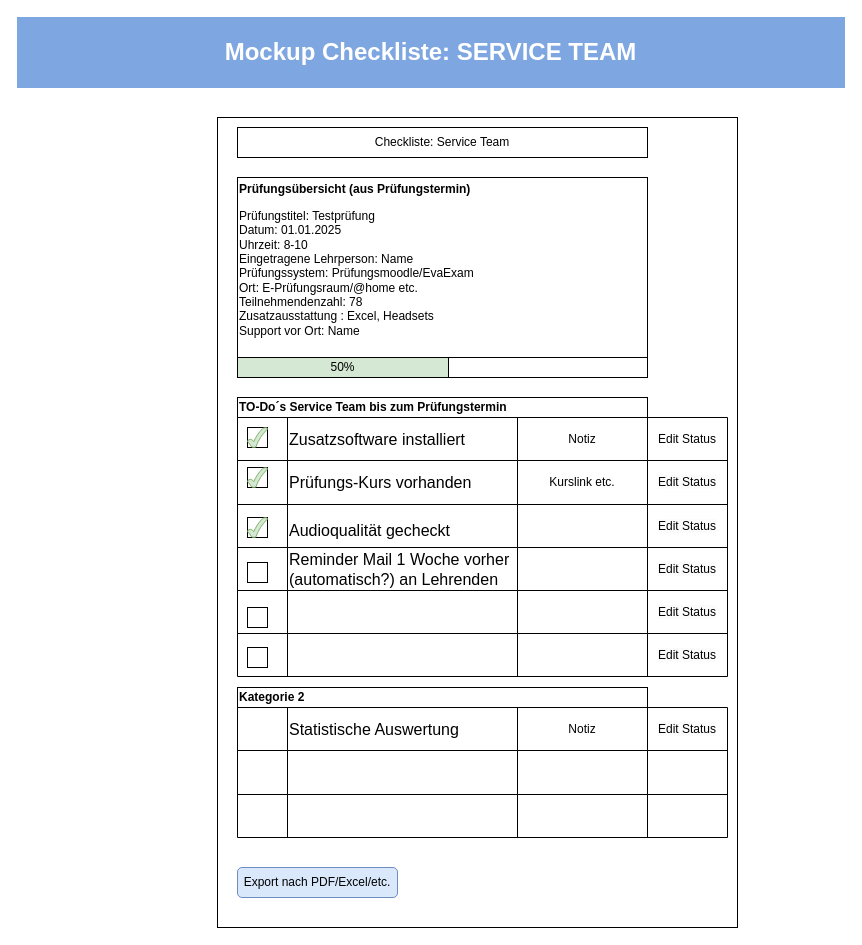
melanietreitinger/buchungstool keeps this draw.io diagram as page "Checkliste" (2 of 2) of serviceteam.drawio. Above is the earlier version. Source tidied: cells renumbered, new cells numbered last; positions are measured from the earlier drawing's top-left corner, leaving out a move shared by most shapes. Both pictures are drawn from the tidied source at 100%, with x=0, y=0 at pixel (17, 17).
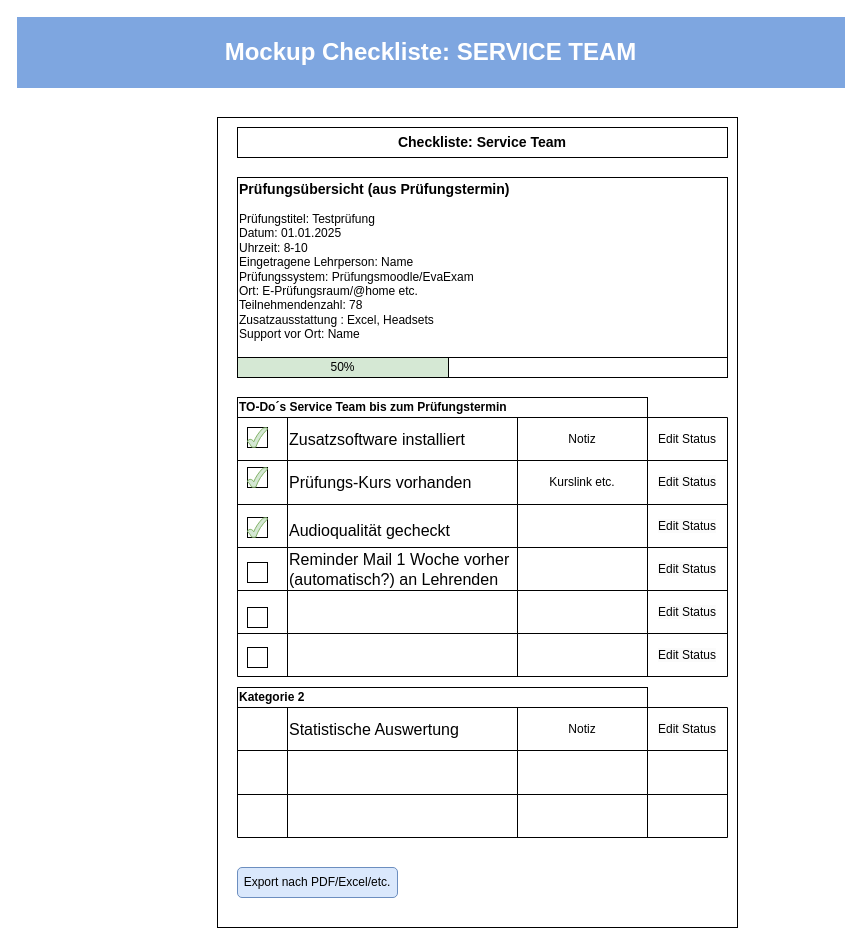
Above is the later version.

Diff of the diagram source:
```diff
@@
-    <mxCell id="4" value="Checkliste: Service Team" style="rounded=0;whiteSpace=wrap;html=1;" parent="1" vertex="1">
-      <mxGeometry x="220" y="110" width="410" height="30" as="geometry" />
+    <mxCell id="4" value="&lt;h3&gt;&lt;b&gt;Checkliste: Service Team&lt;/b&gt;&lt;/h3&gt;" style="rounded=0;whiteSpace=wrap;html=1;" parent="1" vertex="1">
+      <mxGeometry x="220" y="110" width="490" height="30" as="geometry" />
     </mxCell>
-    <mxCell id="5" value="&lt;p class=&quot;MsoNormal&quot;&gt;&lt;b style=&quot;mso-bidi-font-weight:normal&quot;&gt;&lt;font face=&quot;omEwTt3iOOV243laJ29D&quot;&gt;Prüfungsübersicht (aus Prüfungstermin)&lt;/font&gt;&lt;/b&gt;&lt;/p&gt;&lt;p class=&quot;MsoNormal&quot;&gt;&lt;font face=&quot;omEwTt3iOOV243laJ29D&quot;&gt;Prüfungstitel: Testprüfung&lt;br&gt;&lt;/font&gt;&lt;span style=&quot;font-family: omEwTt3iOOV243laJ29D; background-color: initial;&quot;&gt;Datum: 01.01.2025&lt;br&gt;&lt;/span&gt;&lt;span style=&quot;font-family: omEwTt3iOOV243laJ29D; background-color: initial;&quot;&gt;Uhrzeit: 8-10&lt;br&gt;&lt;/span&gt;&lt;span style=&quot;font-family: omEwTt3iOOV243laJ29D; background-color: initial;&quot;&gt;Eingetragene Lehrperson: Name&lt;br&gt;&lt;/span&gt;&lt;span style=&quot;font-family: omEwTt3iOOV243laJ29D; background-color: initial;&quot;&gt;Prüfungssystem: Prüfungsmoodle/EvaExam&lt;br&gt;&lt;/span&gt;&lt;span style=&quot;font-family: omEwTt3iOOV243laJ29D; background-color: initial;&quot;&gt;Ort: E-Prüfungsraum/@home etc.&lt;br&gt;&lt;/span&gt;&lt;span style=&quot;background-color: initial; font-family: omEwTt3iOOV243laJ29D;&quot;&gt;Teilnehmendenzahl: 78&lt;br&gt;&lt;/span&gt;&lt;span style=&quot;background-color: initial; font-family: omEwTt3iOOV243laJ29D;&quot;&gt;Zusatzausstattung : Excel, Headsets&lt;br&gt;&lt;/span&gt;&lt;span style=&quot;background-color: initial; font-family: omEwTt3iOOV243laJ29D;&quot;&gt;Support vor Ort: Name&lt;/span&gt;&lt;/p&gt;&lt;div&gt;&lt;br&gt;&lt;/div&gt;" style="rounded=0;whiteSpace=wrap;html=1;align=left;" parent="1" vertex="1">
-      <mxGeometry x="220" y="160" width="410" height="180" as="geometry" />
+    <mxCell id="5" value="&lt;h3&gt;&lt;b style=&quot;mso-bidi-font-weight:normal&quot;&gt;&lt;font face=&quot;Helvetica&quot; style=&quot;color: rgb(0, 0, 0);&quot;&gt;Prüfungsübersicht (aus Prüfungstermin)&lt;/font&gt;&lt;/b&gt;&lt;/h3&gt;&lt;p class=&quot;MsoNormal&quot;&gt;&lt;font face=&quot;omEwTt3iOOV243laJ29D&quot;&gt;Prüfungstitel: Testprüfung&lt;br&gt;&lt;/font&gt;&lt;span style=&quot;font-family: omEwTt3iOOV243laJ29D; background-color: initial;&quot;&gt;Datum: 01.01.2025&lt;br&gt;&lt;/span&gt;&lt;span style=&quot;font-family: omEwTt3iOOV243laJ29D; background-color: initial;&quot;&gt;Uhrzeit: 8-10&lt;br&gt;&lt;/span&gt;&lt;span style=&quot;font-family: omEwTt3iOOV243laJ29D; background-color: initial;&quot;&gt;Eingetragene Lehrperson: Name&lt;br&gt;&lt;/span&gt;&lt;span style=&quot;font-family: omEwTt3iOOV243laJ29D; background-color: initial;&quot;&gt;Prüfungssystem: Prüfungsmoodle/EvaExam&lt;br&gt;&lt;/span&gt;&lt;span style=&quot;font-family: omEwTt3iOOV243laJ29D; background-color: initial;&quot;&gt;Ort: E-Prüfungsraum/@home etc.&lt;br&gt;&lt;/span&gt;&lt;span style=&quot;background-color: initial; font-family: omEwTt3iOOV243laJ29D;&quot;&gt;Teilnehmendenzahl: 78&lt;br&gt;&lt;/span&gt;&lt;span style=&quot;background-color: initial; font-family: omEwTt3iOOV243laJ29D;&quot;&gt;Zusatzausstattung : Excel, Headsets&lt;br&gt;&lt;/span&gt;&lt;span style=&quot;background-color: initial; font-family: omEwTt3iOOV243laJ29D;&quot;&gt;Support vor Ort: Name&lt;/span&gt;&lt;/p&gt;&lt;div&gt;&lt;br&gt;&lt;/div&gt;" style="rounded=0;whiteSpace=wrap;html=1;align=left;" parent="1" vertex="1">
+      <mxGeometry x="220" y="160" width="490" height="180" as="geometry" />
     </mxCell>
@@
     <mxCell id="37" style="rounded=0;whiteSpace=wrap;html=1;" parent="1" vertex="1">
-      <mxGeometry x="220" y="340" width="410" height="20" as="geometry" />
+      <mxGeometry x="220" y="340" width="490" height="20" as="geometry" />
     </mxCell>
```
